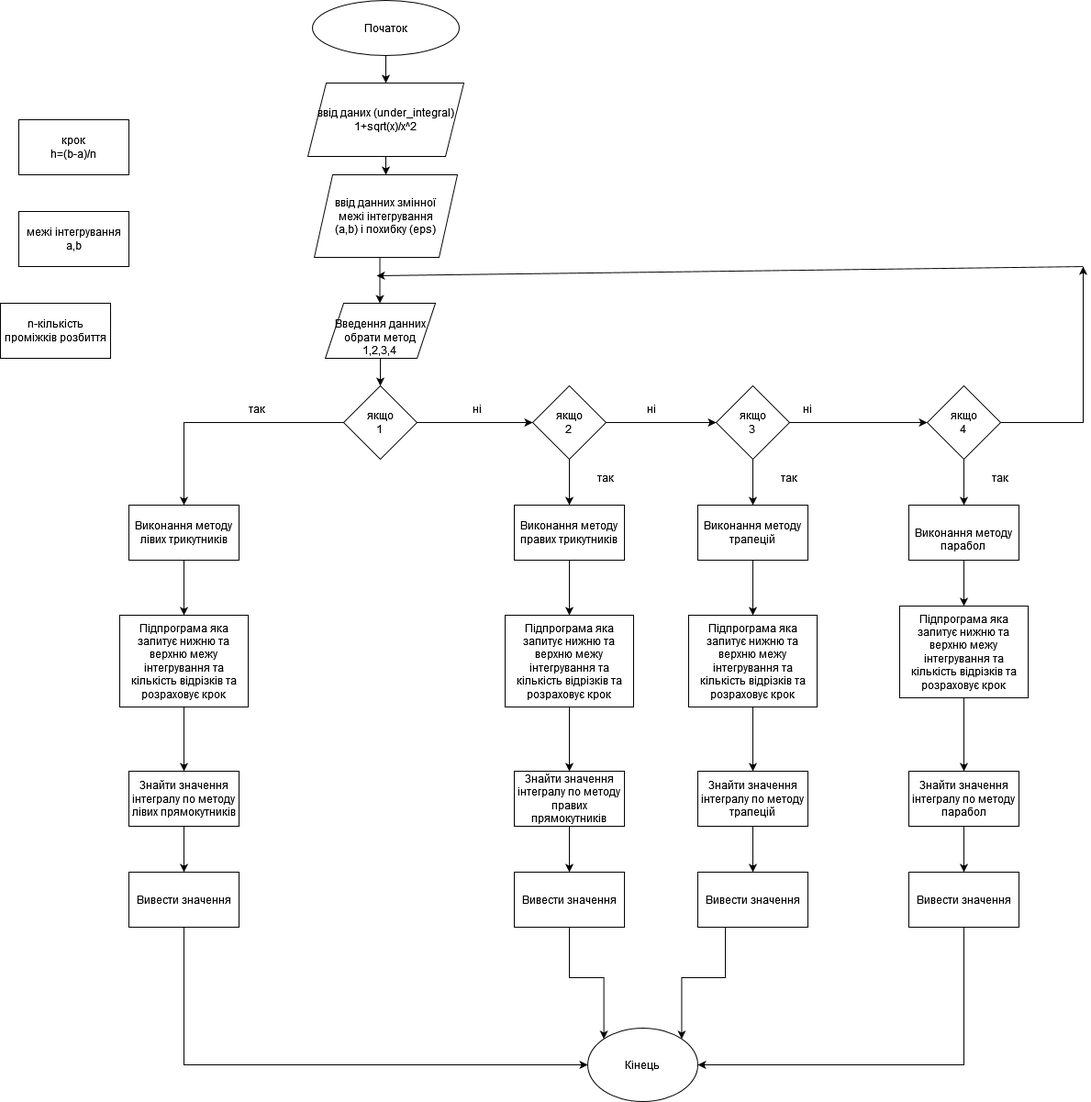
Before: Луцкевич_Володимир_РЕ-12_Схема_.drawio.png, a diagram exported from draw.io (VolodymyrLutskevych-PE-12/Lab_2_Volodymyr-Lutskevych_PE-12_-1-). Source tidied: cells renumbered, new cells last; positions are measured from the earlier drawing's top-left corner, leaving out a move shared by most shapes.
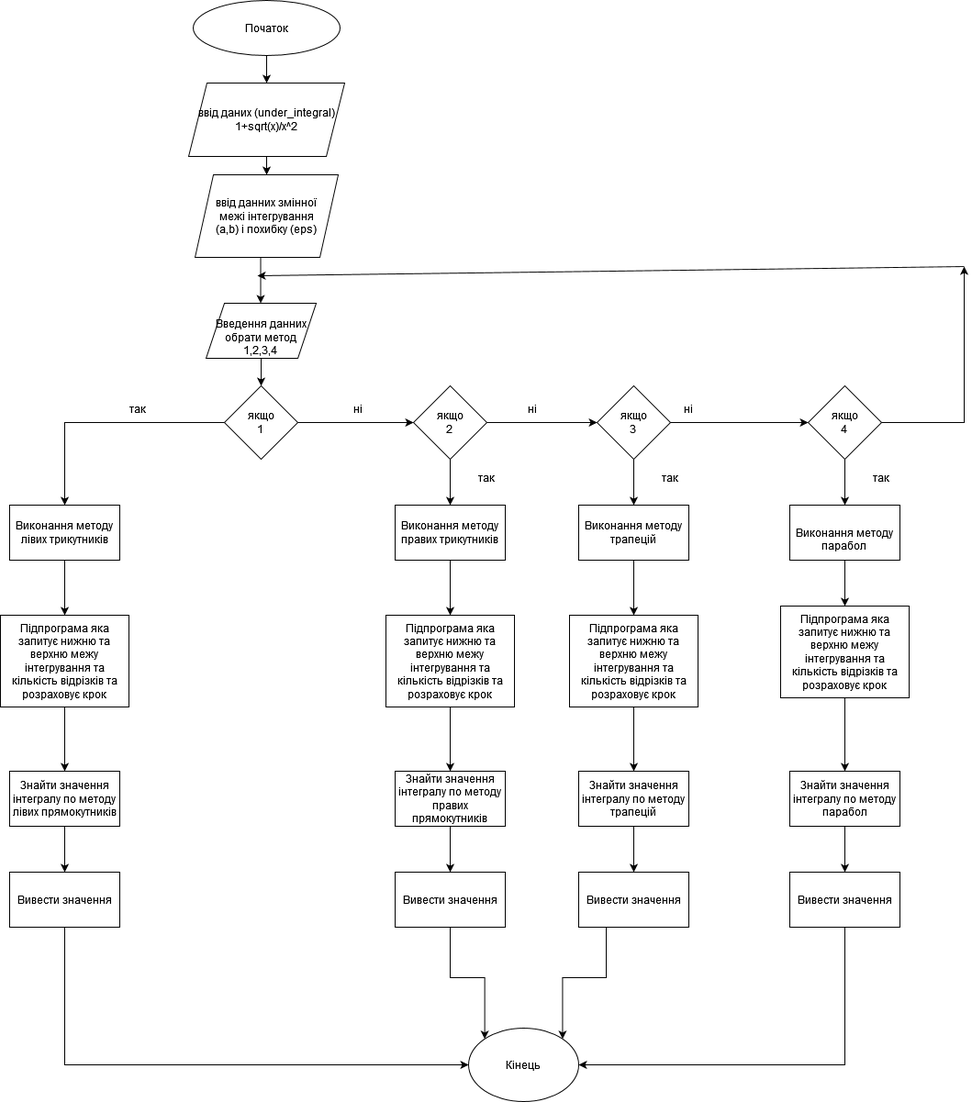
Above is the later version.

Diff of the diagram source:
```diff
@@ -14,15 +14,6 @@
         <mxPoint x="413.5" y="330" as="targetPoint" />
       </mxGeometry>
     </mxCell>
-    <mxCell id="5" value="n-кількість проміжків розбиття" style="rounded=0;whiteSpace=wrap;html=1;" parent="1" vertex="1">
-      <mxGeometry y="330" width="120" height="60" as="geometry" />
-    </mxCell>
-    <mxCell id="6" value="&lt;div&gt;межі інтегрування &lt;/div&gt;a,b" style="rounded=0;whiteSpace=wrap;html=1;" parent="1" vertex="1">
-      <mxGeometry x="20" y="230" width="120" height="60" as="geometry" />
-    </mxCell>
-    <mxCell id="7" value="&lt;div&gt;крок&lt;/div&gt;&lt;div&gt;h=(b-a)/n&lt;br&gt;&lt;/div&gt;" style="rounded=0;whiteSpace=wrap;html=1;" parent="1" vertex="1">
-      <mxGeometry x="20" y="130" width="120" height="60" as="geometry" />
-    </mxCell>
     <mxCell id="8" style="edgeStyle=orthogonalEdgeStyle;rounded=0;jettySize=auto;html=1;exitX=0.5;exitY=1;exitDx=0;exitDy=0;" parent="1" edge="1" source="9" target="10">
       <mxGeometry relative="1" as="geometry" />
     </mxCell>
```
